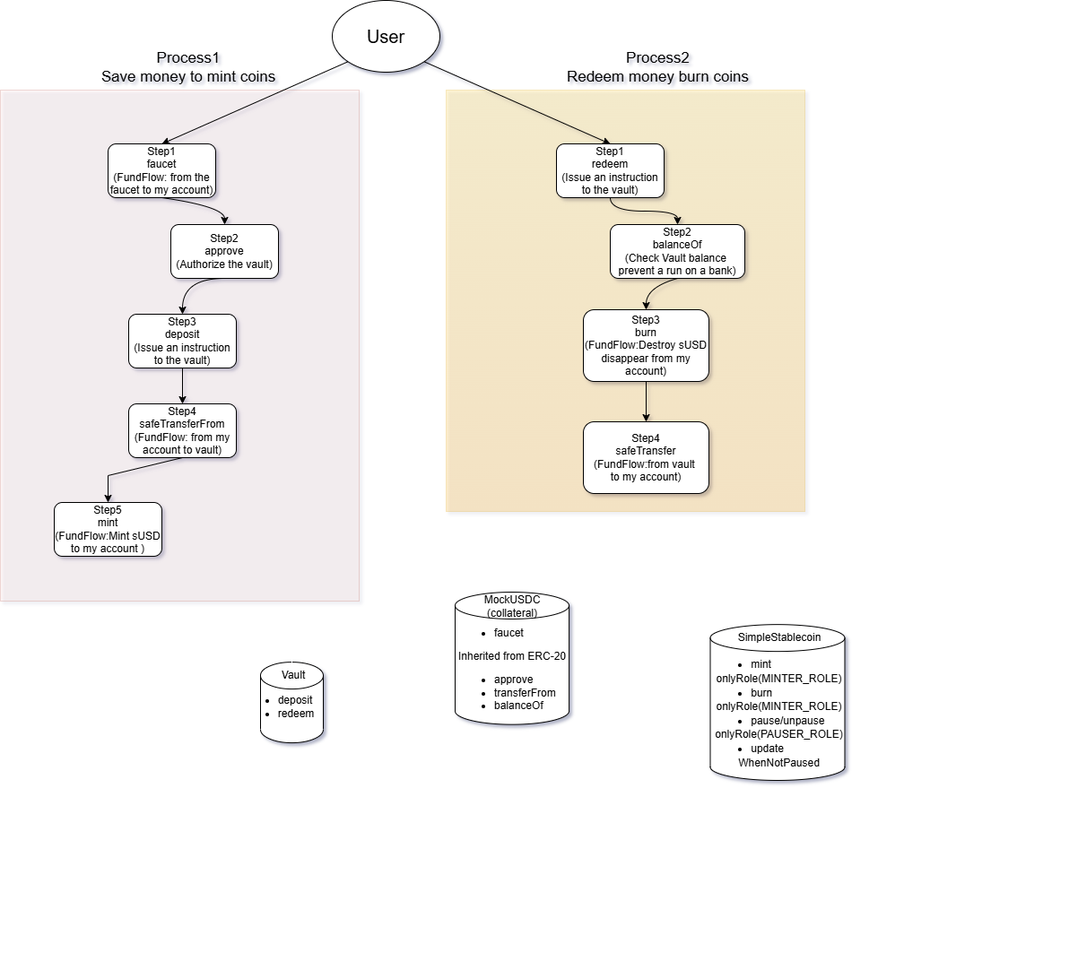
This is architecture.png from xiaomangli69-max/stablecoin-lab-2026, a draw.io export, as it was before one commit. Source tidied: cells renumbered, new cells last; positions are measured from the earlier drawing's top-left corner, leaving out a move shared by most shapes.
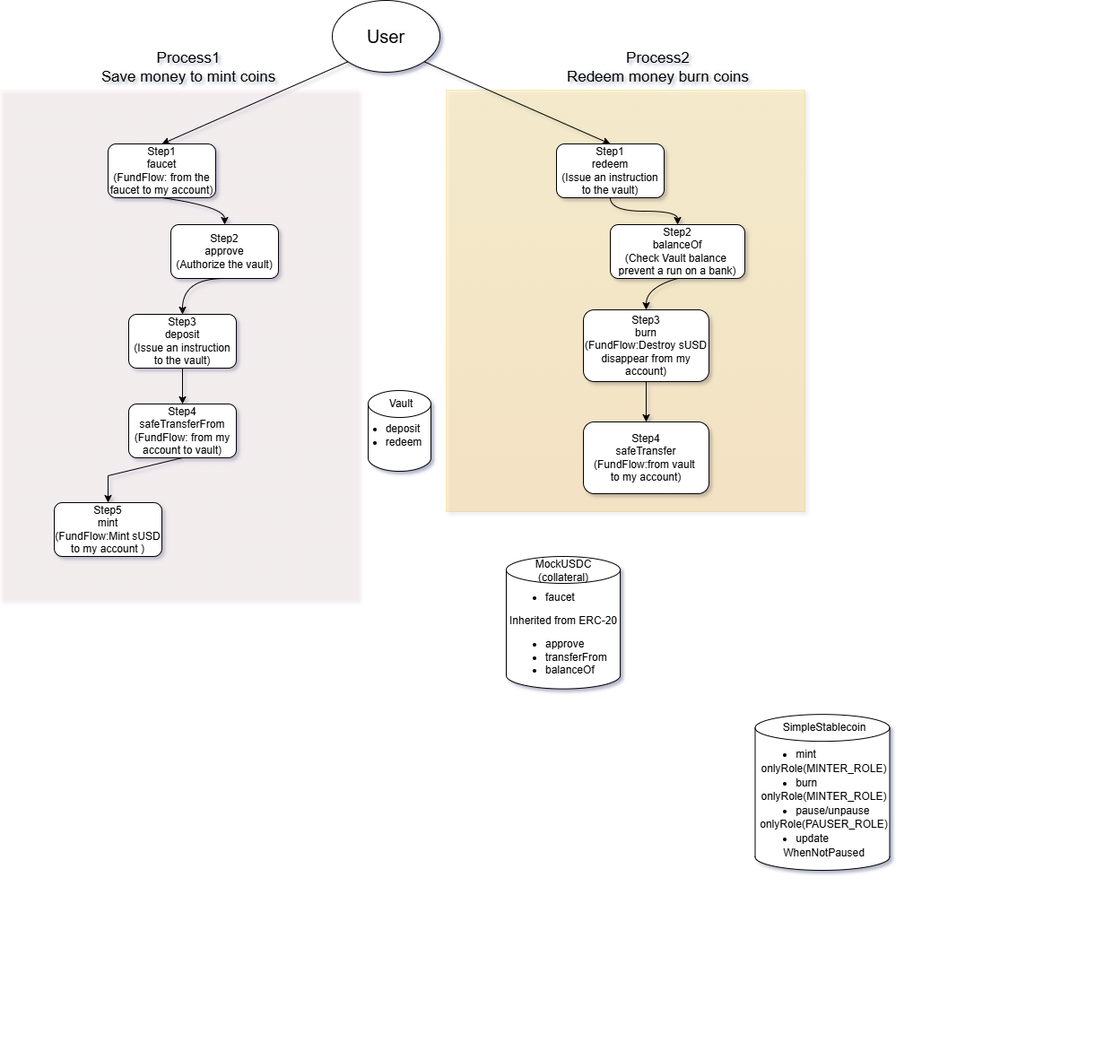
After the change.

Change to the diagram source:
```diff
@@ -5,7 +5,7 @@
     <mxCell id="2" style="rounded=0;whiteSpace=wrap;html=1;opacity=20;labelBackgroundColor=none;fillColor=#ffcd28;strokeColor=#d79b00;gradientColor=#ffa500;" parent="1" vertex="1">
       <mxGeometry x="497" y="100" width="400" height="470" as="geometry" />
     </mxCell>
-    <mxCell id="3" style="rounded=0;whiteSpace=wrap;html=1;opacity=20;labelBackgroundColor=none;fillColor=#fad9d5;strokeColor=#ae4132;" parent="1" vertex="1">
+    <mxCell id="3" style="rounded=0;whiteSpace=wrap;html=1;opacity=20;labelBackgroundColor=none;fillColor=#fad9d5;strokeColor=none;gradientColor=light-dark(#fad9d5, #ededed);" parent="1" vertex="1">
       <mxGeometry y="100" width="400" height="570" as="geometry" />
     </mxCell>
     <mxCell id="4" value="&lt;font style=&quot;font-size: 20px;&quot;&gt;User&lt;/font&gt;" style="ellipse;whiteSpace=wrap;html=1;shapeInside=1;labelBackgroundColor=none;" parent="1" vertex="1">
@@ -89,7 +89,7 @@
       <mxGeometry x="617" y="60" width="233" height="30" as="geometry" />
     </mxCell>
     <mxCell id="25" style="group;textOpacity=0;labelBorderColor=none;opacity=10;" parent="1" vertex="1">
-      <mxGeometry x="280" y="738.1" width="80" height="90" as="geometry" />
+      <mxGeometry x="400" y="435" width="80" height="90" as="geometry" />
     </mxCell>
     <mxCell id="26" style="shape=cylinder3;whiteSpace=wrap;html=1;boundedLbl=1;backgroundOutline=1;size=15;labelBackgroundColor=none;align=left;fillColor=default;strokeColor=default;fontColor=#000000;" parent="25" vertex="1">
       <mxGeometry x="10" width="70" height="90" as="geometry" />
@@ -101,7 +101,7 @@
       <mxGeometry y="27.1" width="60" height="45.9" as="geometry" />
     </mxCell>
     <mxCell id="29" style="group;" parent="1" vertex="1">
-      <mxGeometry x="480" y="670" width="360" height="260" as="geometry" />
+      <mxGeometry x="537" y="630" width="360" height="260" as="geometry" />
     </mxCell>
     <mxCell id="30" style="shape=cylinder3;whiteSpace=wrap;html=1;boundedLbl=1;backgroundOutline=1;size=15;labelBackgroundColor=none;align=left;" parent="29" vertex="1">
       <mxGeometry x="27" y="-10" width="127.1" height="147.7" as="geometry" />
@@ -113,7 +113,7 @@
       <mxGeometry x="9.5" y="40" width="162" height="71.9" as="geometry" />
     </mxCell>
     <mxCell id="33" style="group;" parent="1" vertex="1">
-      <mxGeometry x="760" y="710" width="420" height="360" as="geometry" />
+      <mxGeometry x="810" y="810" width="420" height="360" as="geometry" />
     </mxCell>
     <mxCell id="34" style="shape=cylinder3;whiteSpace=wrap;html=1;boundedLbl=1;backgroundOutline=1;size=15;labelBackgroundColor=none;align=left;" parent="33" vertex="1">
       <mxGeometry x="31.5" y="-13.8" width="150" height="173.8" as="geometry" />
```
